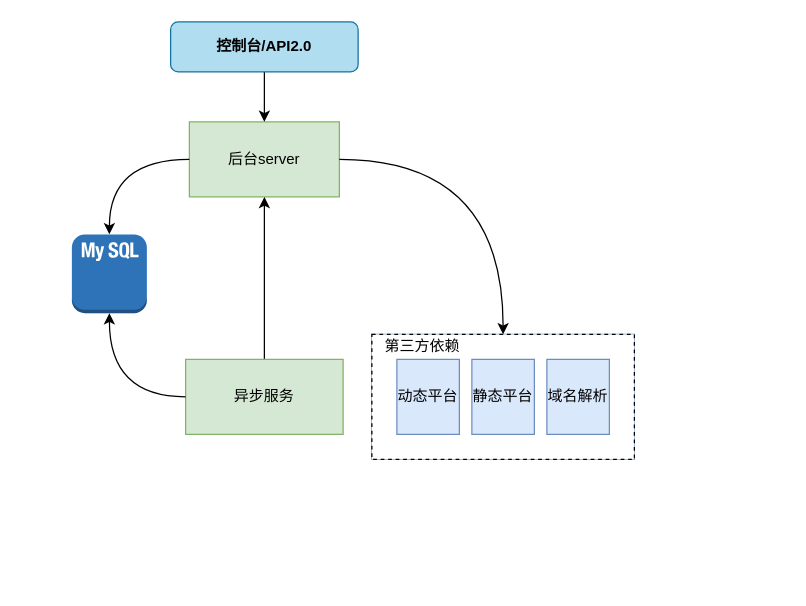
Above: 未命名绘图.drawio in wwCrazy/resume (draw.io), before the change. Source tidied: cells renumbered, new cells numbered last; positions are measured from the earlier drawing's top-left corner, leaving out a move shared by most shapes. Both pictures are drawn from the tidied source at 125%, with x=0, y=0 at pixel (71, 21).
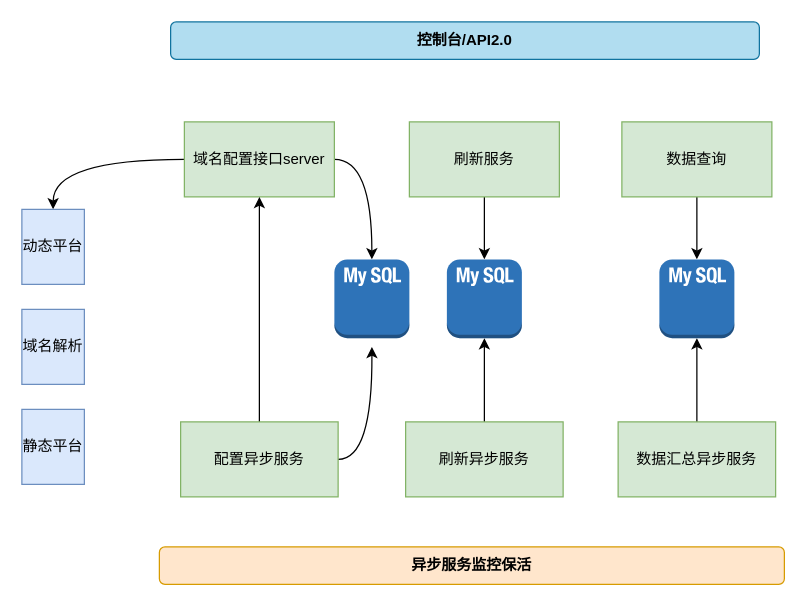
After the change.

Commit message:
更新未命名绘图.drawio

Change to the diagram source:
```diff
@@
-    <mxCell id="2" style="group;" parent="1" vertex="1">
-      <mxGeometry width="450" height="350" as="geometry" />
-    </mxCell>
+    <mxCell id="5" value="&lt;b&gt;控制台/API2.0&lt;/b&gt;" style="rounded=1;whiteSpace=wrap;html=1;fillColor=#b1ddf0;strokeColor=#10739e;" parent="1" vertex="1">
+      <mxGeometry x="79" width="471" height="30" as="geometry" />
+    </mxCell>
+    <mxCell id="9" style="edgeStyle=orthogonalEdgeStyle;curved=1;rounded=0;jettySize=auto;html=1;exitX=1;exitY=0.5;exitDx=0;exitDy=0;" parent="1" edge="1" source="3" target="8">
+      <mxGeometry relative="1" as="geometry" />
+    </mxCell>
+    <mxCell id="18" style="edgeStyle=orthogonalEdgeStyle;curved=1;rounded=0;jettySize=auto;html=1;exitX=0;exitY=0.5;exitDx=0;exitDy=0;entryX=0.5;entryY=0;entryDx=0;entryDy=0;" parent="1" edge="1" source="3" target="14">
+      <mxGeometry relative="1" as="geometry" />
+    </mxCell>
-    <mxCell id="3" value="后台server" style="rounded=0;whiteSpace=wrap;html=1;fillColor=#d5e8d4;strokeColor=#82b366;" parent="2" vertex="1">
-      <mxGeometry x="94" y="80" width="120" height="60" as="geometry" />
+    <mxCell id="3" value="域名配置接口server" style="rounded=0;whiteSpace=wrap;html=1;fillColor=#d5e8d4;strokeColor=#82b366;" parent="1" vertex="1">
+      <mxGeometry x="90" y="80" width="120" height="60" as="geometry" />
     </mxCell>
-    <mxCell id="4" style="edgeStyle=orthogonalEdgeStyle;curved=1;rounded=0;jettySize=auto;html=1;exitX=0.5;exitY=1;exitDx=0;exitDy=0;entryX=0.5;entryY=0;entryDx=0;entryDy=0;" parent="2" edge="1" source="5" target="3">
-      <mxGeometry relative="1" as="geometry" />
-    </mxCell>
-    <mxCell id="5" value="&lt;b&gt;控制台/API2.0&lt;/b&gt;" style="rounded=1;whiteSpace=wrap;html=1;fillColor=#b1ddf0;strokeColor=#10739e;" parent="2" vertex="1">
-      <mxGeometry x="79" width="150" height="40" as="geometry" />
-    </mxCell>
+    <mxCell id="19" style="edgeStyle=orthogonalEdgeStyle;curved=1;rounded=0;jettySize=auto;html=1;exitX=1;exitY=0.5;exitDx=0;exitDy=0;" parent="1" edge="1" source="7">
+      <mxGeometry relative="1" as="geometry">
+        <mxPoint x="240" y="260" as="targetPoint" />
+      </mxGeometry>
+    </mxCell>
-    <mxCell id="6" style="edgeStyle=orthogonalEdgeStyle;curved=1;rounded=0;jettySize=auto;html=1;exitX=0.5;exitY=0;exitDx=0;exitDy=0;entryX=0.5;entryY=1;entryDx=0;entryDy=0;" parent="2" edge="1" source="7" target="3">
+    <mxCell id="6" style="edgeStyle=orthogonalEdgeStyle;curved=1;rounded=0;jettySize=auto;html=1;exitX=0.5;exitY=0;exitDx=0;exitDy=0;entryX=0.5;entryY=1;entryDx=0;entryDy=0;" parent="1" edge="1" source="7" target="3">
       <mxGeometry relative="1" as="geometry" />
     </mxCell>
-    <mxCell id="7" value="异步服务" style="rounded=0;whiteSpace=wrap;html=1;fillColor=#d5e8d4;strokeColor=#82b366;" parent="2" vertex="1">
-      <mxGeometry x="91" y="270" width="126" height="60" as="geometry" />
+    <mxCell id="7" value="配置异步服务" style="rounded=0;whiteSpace=wrap;html=1;fillColor=#d5e8d4;strokeColor=#82b366;" parent="1" vertex="1">
+      <mxGeometry x="87" y="320" width="126" height="60" as="geometry" />
     </mxCell>
-    <mxCell id="8" style="outlineConnect=0;dashed=0;verticalLabelPosition=bottom;verticalAlign=top;align=center;html=1;shape=mxgraph.aws3.mysql_db_instance_2;fillColor=#2E73B8;gradientColor=none;" parent="2" vertex="1">
-      <mxGeometry y="170" width="60" height="63" as="geometry" />
+    <mxCell id="8" style="outlineConnect=0;dashed=0;verticalLabelPosition=bottom;verticalAlign=top;align=center;html=1;shape=mxgraph.aws3.mysql_db_instance_2;fillColor=#2E73B8;gradientColor=none;" parent="1" vertex="1">
+      <mxGeometry x="210" y="190" width="60" height="63" as="geometry" />
     </mxCell>
-    <mxCell id="9" style="edgeStyle=orthogonalEdgeStyle;curved=1;rounded=0;jettySize=auto;html=1;exitX=0;exitY=0.5;exitDx=0;exitDy=0;" parent="2" edge="1" source="3" target="8">
-      <mxGeometry relative="1" as="geometry" />
-    </mxCell>
-    <mxCell id="10" style="edgeStyle=orthogonalEdgeStyle;curved=1;rounded=0;jettySize=auto;html=1;exitX=0;exitY=0.5;exitDx=0;exitDy=0;" parent="2" edge="1" source="7" target="8">
-      <mxGeometry relative="1" as="geometry" />
-    </mxCell>
-    <mxCell id="11" style="group;fillColor=#dae8fc;strokeColor=#6c8ebf;" parent="2" vertex="1">
-      <mxGeometry x="240" y="250" width="210" height="100" as="geometry" />
-    </mxCell>
-    <mxCell id="12" style="rounded=0;whiteSpace=wrap;html=1;dashed=1;" parent="2" vertex="1">
-      <mxGeometry x="240" y="250" width="210" height="100" as="geometry" />
-    </mxCell>
-    <mxCell id="13" style="edgeStyle=orthogonalEdgeStyle;curved=1;rounded=0;jettySize=auto;html=1;exitX=1;exitY=0.5;exitDx=0;exitDy=0;" parent="2" edge="1" source="3" target="12">
-      <mxGeometry relative="1" as="geometry" />
-    </mxCell>
+    <mxCell id="20" style="edgeStyle=orthogonalEdgeStyle;curved=1;rounded=0;jettySize=auto;html=1;exitX=0.5;exitY=1;exitDx=0;exitDy=0;entryX=0.5;entryY=0;entryDx=0;entryDy=0;entryPerimeter=0;" parent="1" edge="1" source="21" target="28">
+      <mxGeometry relative="1" as="geometry" />
+    </mxCell>
+    <mxCell id="21" value="刷新服务" style="rounded=0;whiteSpace=wrap;html=1;fillColor=#d5e8d4;strokeColor=#82b366;" parent="1" vertex="1">
+      <mxGeometry x="270" y="80" width="120" height="60" as="geometry" />
+    </mxCell>
+    <mxCell id="22" style="edgeStyle=orthogonalEdgeStyle;curved=1;rounded=0;jettySize=auto;html=1;exitX=0.5;exitY=1;exitDx=0;exitDy=0;entryX=0.5;entryY=0;entryDx=0;entryDy=0;entryPerimeter=0;" parent="1" edge="1" source="23" target="29">
+      <mxGeometry relative="1" as="geometry" />
+    </mxCell>
+    <mxCell id="23" value="数据查询" style="rounded=0;whiteSpace=wrap;html=1;fillColor=#d5e8d4;strokeColor=#82b366;" parent="1" vertex="1">
+      <mxGeometry x="440" y="80" width="120" height="60" as="geometry" />
+    </mxCell>
+    <mxCell id="24" style="edgeStyle=orthogonalEdgeStyle;curved=1;rounded=0;jettySize=auto;html=1;exitX=0.5;exitY=0;exitDx=0;exitDy=0;entryX=0.5;entryY=1;entryDx=0;entryDy=0;entryPerimeter=0;" parent="1" edge="1" source="25" target="28">
+      <mxGeometry relative="1" as="geometry" />
+    </mxCell>
+    <mxCell id="25" value="刷新异步服务" style="rounded=0;whiteSpace=wrap;html=1;fillColor=#d5e8d4;strokeColor=#82b366;" parent="1" vertex="1">
+      <mxGeometry x="267" y="320" width="126" height="60" as="geometry" />
+    </mxCell>
+    <mxCell id="26" style="edgeStyle=orthogonalEdgeStyle;curved=1;rounded=0;jettySize=auto;html=1;exitX=0.5;exitY=0;exitDx=0;exitDy=0;entryX=0.5;entryY=1;entryDx=0;entryDy=0;entryPerimeter=0;" parent="1" edge="1" source="27" target="29">
+      <mxGeometry relative="1" as="geometry" />
+    </mxCell>
+    <mxCell id="27" value="数据汇总异步服务" style="rounded=0;whiteSpace=wrap;html=1;fillColor=#d5e8d4;strokeColor=#82b366;" parent="1" vertex="1">
+      <mxGeometry x="437" y="320" width="126" height="60" as="geometry" />
+    </mxCell>
-    <mxCell id="14" value="动态平台" style="rounded=0;whiteSpace=wrap;html=1;fillColor=#dae8fc;strokeColor=#6c8ebf;" parent="2" vertex="1">
-      <mxGeometry x="260" y="270" width="50" height="60" as="geometry" />
+    <mxCell id="14" value="动态平台" style="rounded=0;whiteSpace=wrap;html=1;fillColor=#dae8fc;strokeColor=#6c8ebf;" parent="1" vertex="1">
+      <mxGeometry x="-40" y="150" width="50" height="60" as="geometry" />
     </mxCell>
-    <mxCell id="15" value="静态平台" style="rounded=0;whiteSpace=wrap;html=1;fillColor=#dae8fc;strokeColor=#6c8ebf;" parent="2" vertex="1">
-      <mxGeometry x="320" y="270" width="50" height="60" as="geometry" />
+    <mxCell id="15" value="静态平台" style="rounded=0;whiteSpace=wrap;html=1;fillColor=#dae8fc;strokeColor=#6c8ebf;" parent="1" vertex="1">
+      <mxGeometry x="-40" y="310" width="50" height="60" as="geometry" />
     </mxCell>
-    <mxCell id="16" value="域名解析" style="rounded=0;whiteSpace=wrap;html=1;fillColor=#dae8fc;strokeColor=#6c8ebf;" parent="2" vertex="1">
-      <mxGeometry x="380" y="270" width="50" height="60" as="geometry" />
+    <mxCell id="16" value="域名解析" style="rounded=0;whiteSpace=wrap;html=1;fillColor=#dae8fc;strokeColor=#6c8ebf;" parent="1" vertex="1">
+      <mxGeometry x="-40" y="230" width="50" height="60" as="geometry" />
     </mxCell>
-    <mxCell id="17" value="第三方依赖" style="text;html=1;align=center;verticalAlign=middle;fillColor=none;strokeColor=none;rounded=0;dashed=1;" parent="2" vertex="1">
-      <mxGeometry x="240" y="250" width="80" height="20" as="geometry" />
-    </mxCell>
+    <mxCell id="28" style="outlineConnect=0;dashed=0;verticalLabelPosition=bottom;verticalAlign=top;align=center;html=1;shape=mxgraph.aws3.mysql_db_instance_2;fillColor=#2E73B8;gradientColor=none;" parent="1" vertex="1">
+      <mxGeometry x="300" y="190" width="60" height="63" as="geometry" />
+    </mxCell>
+    <mxCell id="29" style="outlineConnect=0;dashed=0;verticalLabelPosition=bottom;verticalAlign=top;align=center;html=1;shape=mxgraph.aws3.mysql_db_instance_2;fillColor=#2E73B8;gradientColor=none;" parent="1" vertex="1">
+      <mxGeometry x="470" y="190" width="60" height="63" as="geometry" />
+    </mxCell>
+    <mxCell id="30" value="&lt;b&gt;异步服务监控保活&lt;/b&gt;" style="rounded=1;whiteSpace=wrap;html=1;fillColor=#ffe6cc;strokeColor=#d79b00;" parent="1" vertex="1">
+      <mxGeometry x="70" y="420" width="500" height="30" as="geometry" />
+    </mxCell>
```
